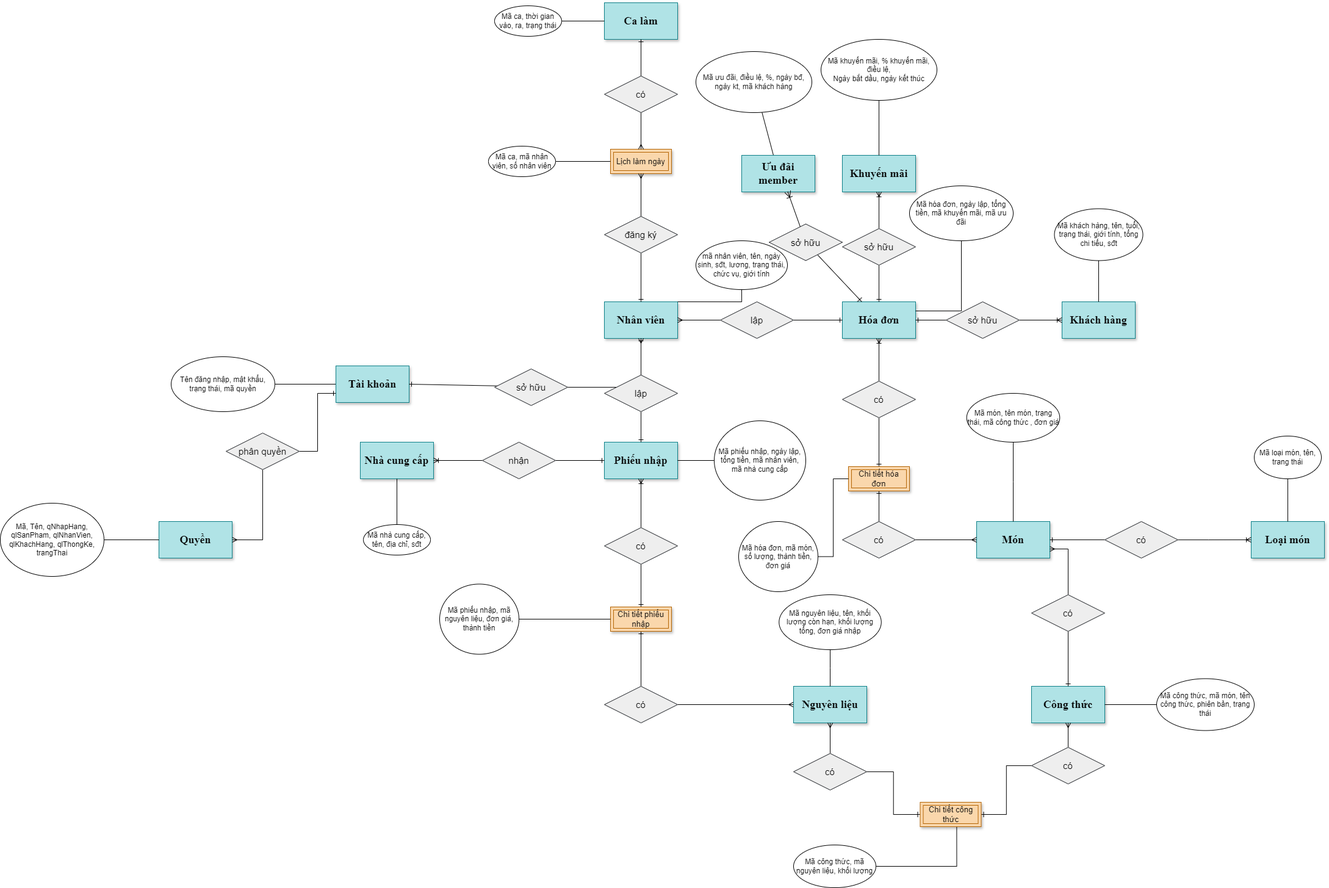
sonvuuu28/QuanLyQuanCaPhe keeps this draw.io diagram as ERD_RDM/ERD.png. Above is the earlier version. Source tidied: cells renumbered, new cells last; positions are measured from the earlier drawing's top-left corner, leaving out a move shared by most shapes.
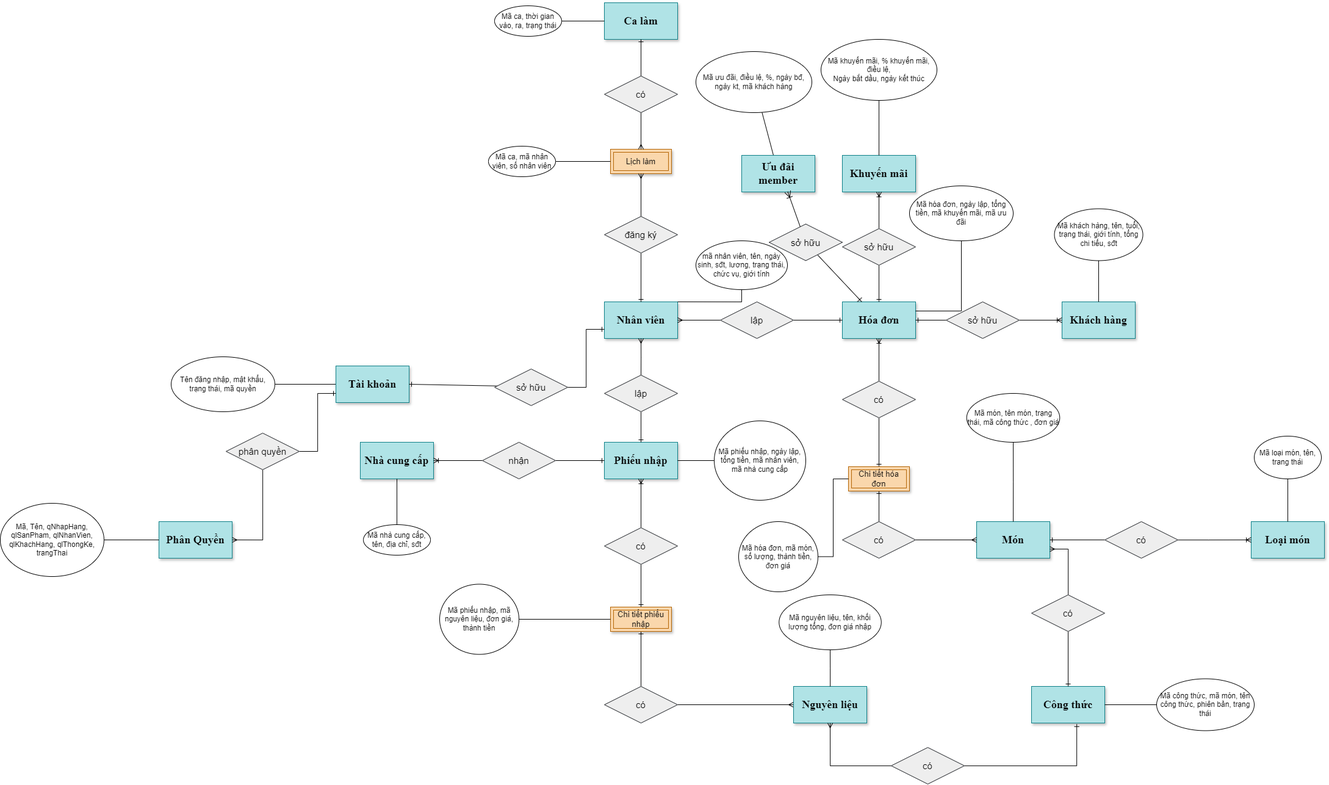
Above is the later version.

Commit message:
Sửa ERD, RDM

Change to the diagram source:
```diff
@@ -55,7 +55,7 @@
     <mxCell id="17" style="endArrow=ERone;html=1;rounded=0;exitX=1;exitY=0.5;exitDx=0;exitDy=0;endFill=0;entryX=1;entryY=0.5;entryDx=0;entryDy=0;" parent="1" edge="1" source="19" target="7">
       <mxGeometry relative="1" as="geometry" />
     </mxCell>
-    <mxCell id="18" style="edgeStyle=orthogonalEdgeStyle;rounded=0;jettySize=auto;html=1;exitX=1;exitY=0.5;exitDx=0;exitDy=0;entryX=0.5;entryY=1;entryDx=0;entryDy=0;endArrow=ERone;endFill=0;" parent="1" edge="1" source="19" target="3">
+    <mxCell id="18" style="edgeStyle=orthogonalEdgeStyle;rounded=0;jettySize=auto;html=1;exitX=1;exitY=0.5;exitDx=0;exitDy=0;entryX=0;entryY=0.75;entryDx=0;entryDy=0;endArrow=ERone;endFill=0;" parent="1" edge="1" source="19" target="3">
       <mxGeometry relative="1" as="geometry" />
     </mxCell>
     <mxCell id="19" value="sở hữu" style="shape=rhombus;perimeter=rhombusPerimeter;whiteSpace=wrap;html=1;align=center;fontSize=15;fillColor=#eeeeee;strokeColor=#36393d;" parent="1" vertex="1">
@@ -64,7 +64,7 @@
     <mxCell id="20" value="có" style="shape=rhombus;perimeter=rhombusPerimeter;whiteSpace=wrap;html=1;align=center;fontSize=15;fillColor=#eeeeee;strokeColor=#36393d;" parent="1" vertex="1">
       <mxGeometry x="990" y="120" width="120" height="60" as="geometry" />
     </mxCell>
-    <mxCell id="21" value="&lt;div style=&quot;font-size: 13px;&quot;&gt;Lịch làm ngày&lt;/div&gt;" style="shape=ext;margin=3;double=1;whiteSpace=wrap;html=1;align=center;fontSize=13;fillColor=#fad7ac;strokeColor=#b46504;shadow=1;" parent="1" vertex="1">
+    <mxCell id="21" value="&lt;div style=&quot;font-size: 13px;&quot;&gt;Lịch làm&lt;/div&gt;" style="shape=ext;margin=3;double=1;whiteSpace=wrap;html=1;align=center;fontSize=13;fillColor=#fad7ac;strokeColor=#b46504;shadow=1;" parent="1" vertex="1">
       <mxGeometry x="1000" y="240" width="100" height="40" as="geometry" />
     </mxCell>
     <mxCell id="22" style="edgeStyle=orthogonalEdgeStyle;rounded=0;jettySize=auto;html=1;entryX=0.5;entryY=0;entryDx=0;entryDy=0;endArrow=ERone;endFill=0;" parent="1" edge="1" source="23" target="3">
@@ -232,7 +232,7 @@
     <mxCell id="74" style="edgeStyle=orthogonalEdgeStyle;rounded=0;jettySize=auto;html=1;endArrow=none;endFill=0;" parent="1" edge="1" source="75" target="44">
       <mxGeometry relative="1" as="geometry" />
     </mxCell>
-    <mxCell id="75" value="Mã nguyên liệu, tên, khối lượng còn hạn, khối lượng tổng, đơn giá nhập" style="ellipse;whiteSpace=wrap;html=1;align=center;" parent="1" vertex="1">
+    <mxCell id="75" value="Mã nguyên liệu, tên, khối lượng tổng, đơn giá nhập" style="ellipse;whiteSpace=wrap;html=1;align=center;" parent="1" vertex="1">
       <mxGeometry x="1276.2" y="970" width="167.5" height="90" as="geometry" />
     </mxCell>
     <mxCell id="76" style="edgeStyle=orthogonalEdgeStyle;rounded=0;jettySize=auto;html=1;entryX=0.5;entryY=1;entryDx=0;entryDy=0;endArrow=none;endFill=0;" parent="1" edge="1" source="77" target="5">
@@ -247,7 +247,7 @@
     <mxCell id="79" value="Mã phiếu nhập, ngày lập, tổng tiền, mã nhân viên, mã nhà cung cấp" style="ellipse;whiteSpace=wrap;html=1;align=center;" parent="1" vertex="1">
       <mxGeometry x="1170" y="685" width="150" height="130" as="geometry" />
     </mxCell>
-    <mxCell id="80" value="&lt;p class=&quot;MsoNormal&quot; style=&quot;font-size: 18px;&quot;&gt;&lt;font face=&quot;Times New Roman&quot;&gt;Quyền&lt;/font&gt;&lt;/p&gt;" style="rounded=0;whiteSpace=wrap;html=1;fontSize=18;fontStyle=1;fillColor=#b0e3e6;strokeColor=#0e8088;shadow=1;" parent="1" vertex="1">
+    <mxCell id="80" value="&lt;p class=&quot;MsoNormal&quot; style=&quot;font-size: 18px;&quot;&gt;&lt;font face=&quot;Times New Roman&quot;&gt;Phân Quyền&lt;/font&gt;&lt;/p&gt;" style="rounded=0;whiteSpace=wrap;html=1;fontSize=18;fontStyle=1;fillColor=#b0e3e6;strokeColor=#0e8088;shadow=1;" parent="1" vertex="1">
       <mxGeometry x="260" y="850" width="120" height="60" as="geometry" />
     </mxCell>
     <mxCell id="81" style="edgeStyle=orthogonalEdgeStyle;rounded=0;jettySize=auto;html=1;entryX=1;entryY=0.5;entryDx=0;entryDy=0;endArrow=ERmany;endFill=0;" parent="1" edge="1" source="83" target="80">
@@ -292,30 +292,12 @@
     <mxCell id="94" style="edgeStyle=orthogonalEdgeStyle;rounded=0;jettySize=auto;html=1;entryX=0.5;entryY=1;entryDx=0;entryDy=0;endArrow=ERmany;endFill=0;" parent="1" edge="1" source="96" target="44">
       <mxGeometry relative="1" as="geometry" />
     </mxCell>
-    <mxCell id="95" style="edgeStyle=orthogonalEdgeStyle;rounded=0;jettySize=auto;html=1;entryX=0;entryY=0.5;entryDx=0;entryDy=0;endArrow=ERone;endFill=0;" parent="1" edge="1" source="96" target="100">
+    <mxCell id="95" style="edgeStyle=orthogonalEdgeStyle;rounded=0;jettySize=auto;html=1;entryX=0.618;entryY=1.03;entryDx=0;entryDy=0;endArrow=ERone;endFill=0;entryPerimeter=0;" parent="1" edge="1" source="96" target="88">
       <mxGeometry relative="1" as="geometry" />
     </mxCell>
     <mxCell id="96" value="có" style="shape=rhombus;perimeter=rhombusPerimeter;whiteSpace=wrap;html=1;align=center;fontSize=15;fillColor=#eeeeee;strokeColor=#36393d;" parent="1" vertex="1">
-      <mxGeometry x="1300" y="1230" width="120" height="60" as="geometry" />
+      <mxGeometry x="1460" y="1220" width="120" height="60" as="geometry" />
     </mxCell>
-    <mxCell id="97" style="edgeStyle=orthogonalEdgeStyle;rounded=0;jettySize=auto;html=1;entryX=0.5;entryY=1;entryDx=0;entryDy=0;endArrow=ERmany;endFill=0;" parent="1" edge="1" source="99" target="88">
-      <mxGeometry relative="1" as="geometry" />
-    </mxCell>
-    <mxCell id="98" style="edgeStyle=orthogonalEdgeStyle;rounded=0;jettySize=auto;html=1;entryX=1;entryY=0.5;entryDx=0;entryDy=0;endArrow=ERone;endFill=0;" parent="1" edge="1" source="99" target="100">
-      <mxGeometry relative="1" as="geometry" />
-    </mxCell>
-    <mxCell id="99" value="có" style="shape=rhombus;perimeter=rhombusPerimeter;whiteSpace=wrap;html=1;align=center;fontSize=15;fillColor=#eeeeee;strokeColor=#36393d;" parent="1" vertex="1">
-      <mxGeometry x="1690" y="1220" width="120" height="60" as="geometry" />
-    </mxCell>
-    <mxCell id="100" value="Chi tiết công thức" style="shape=ext;margin=3;double=1;whiteSpace=wrap;html=1;align=center;fontSize=13;fillColor=#fad7ac;strokeColor=#b46504;shadow=1;" parent="1" vertex="1">
-      <mxGeometry x="1507.5" y="1310" width="100" height="40" as="geometry" />
-    </mxCell>
-    <mxCell id="101" value="Mã công thức, mã nguyên liệu, khối lượng" style="ellipse;whiteSpace=wrap;html=1;align=center;" parent="1" vertex="1">
-      <mxGeometry x="1300" y="1380" width="135" height="70" as="geometry" />
-    </mxCell>
-    <mxCell id="102" style="edgeStyle=orthogonalEdgeStyle;rounded=0;jettySize=auto;html=1;entryX=0.599;entryY=1.017;entryDx=0;entryDy=0;entryPerimeter=0;endArrow=none;endFill=0;" parent="1" edge="1" source="101" target="100">
-      <mxGeometry relative="1" as="geometry" />
-    </mxCell>
     <mxCell id="103" style="edgeStyle=orthogonalEdgeStyle;rounded=0;jettySize=auto;html=1;entryX=0;entryY=0.5;entryDx=0;entryDy=0;endArrow=none;endFill=0;" parent="1" edge="1" source="104" target="33">
       <mxGeometry relative="1" as="geometry" />
     </mxCell>
```
